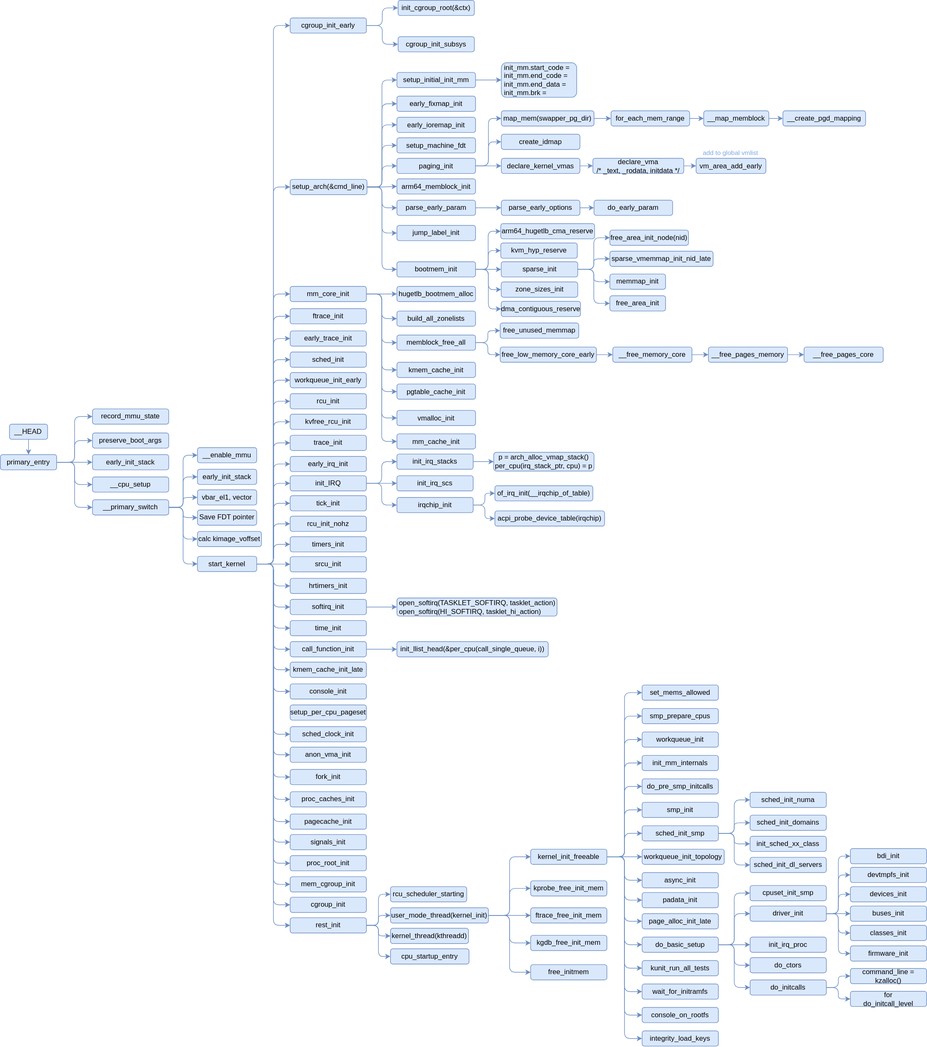
Before: images/kernel/start-kernel.drawio.svg, a diagram exported from draw.io (jemmy512/book-notes). Source tidied: cells renumbered, new cells last; positions are measured from the earlier drawing's top-left corner, leaving out a move shared by most shapes.
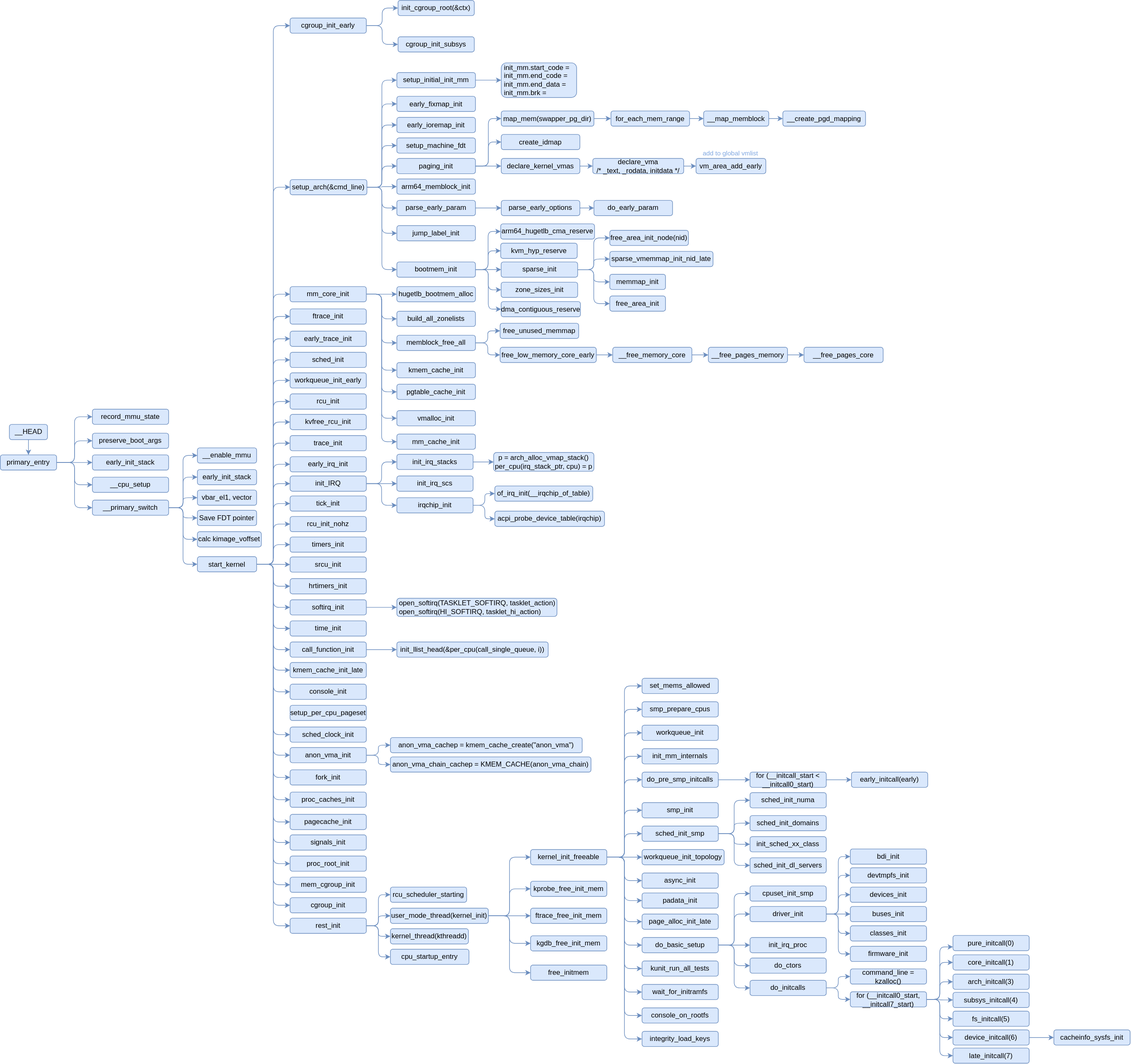
After the change.

Change to the diagram source:
```diff
@@ -242,6 +242,12 @@
     <mxCell id="81" value="sched_clock_init" style="rounded=1;whiteSpace=wrap;html=1;fillColor=#dae8fc;strokeColor=#6c8ebf;" parent="1" vertex="1">
       <mxGeometry x="494" y="1239" width="130" height="26" as="geometry" />
     </mxCell>
+    <mxCell id="280" style="edgeStyle=orthogonalEdgeStyle;shape=connector;curved=0;rounded=1;jettySize=auto;html=1;strokeColor=#6c8ebf;align=center;verticalAlign=middle;fontFamily=Helvetica;fontSize=11;fontColor=default;labelBackgroundColor=default;endArrow=classic;fillColor=#dae8fc;" parent="1" edge="1" source="82" target="301">
+      <mxGeometry relative="1" as="geometry" />
+    </mxCell>
+    <mxCell id="281" style="edgeStyle=orthogonalEdgeStyle;shape=connector;curved=0;rounded=1;jettySize=auto;html=1;strokeColor=#6c8ebf;align=center;verticalAlign=middle;fontFamily=Helvetica;fontSize=11;fontColor=default;labelBackgroundColor=default;endArrow=classic;fillColor=#dae8fc;" parent="1" edge="1" source="82" target="303">
+      <mxGeometry relative="1" as="geometry" />
+    </mxCell>
     <mxCell id="82" value="anon_vma_init" style="rounded=1;whiteSpace=wrap;html=1;fillColor=#dae8fc;strokeColor=#6c8ebf;" parent="1" vertex="1">
       <mxGeometry x="494" y="1274" width="130" height="26" as="geometry" />
     </mxCell>
@@ -378,19 +384,22 @@
       <mxGeometry x="1094" y="1598" width="130" height="26" as="geometry" />
     </mxCell>
     <mxCell id="127" value="set_mems_allowed" style="rounded=1;whiteSpace=wrap;html=1;fillColor=#dae8fc;strokeColor=#6c8ebf;" parent="1" vertex="1">
-      <mxGeometry x="1094" y="1168" width="130" height="26" as="geometry" />
+      <mxGeometry x="1094" y="1156" width="130" height="26" as="geometry" />
     </mxCell>
     <mxCell id="128" value="smp_prepare_cpus" style="rounded=1;whiteSpace=wrap;html=1;fillColor=#dae8fc;strokeColor=#6c8ebf;" parent="1" vertex="1">
-      <mxGeometry x="1094" y="1208" width="130" height="26" as="geometry" />
+      <mxGeometry x="1094" y="1196" width="130" height="26" as="geometry" />
     </mxCell>
     <mxCell id="129" value="workqueue_init" style="rounded=1;whiteSpace=wrap;html=1;fillColor=#dae8fc;strokeColor=#6c8ebf;" parent="1" vertex="1">
-      <mxGeometry x="1094" y="1248" width="130" height="26" as="geometry" />
+      <mxGeometry x="1094" y="1236" width="130" height="26" as="geometry" />
     </mxCell>
     <mxCell id="130" value="init_mm_internals" style="rounded=1;whiteSpace=wrap;html=1;fillColor=#dae8fc;strokeColor=#6c8ebf;" parent="1" vertex="1">
-      <mxGeometry x="1094" y="1288" width="130" height="26" as="geometry" />
+      <mxGeometry x="1094" y="1276" width="130" height="26" as="geometry" />
     </mxCell>
+    <mxCell id="282" style="edgeStyle=orthogonalEdgeStyle;shape=connector;curved=0;rounded=1;jettySize=auto;html=1;entryX=0;entryY=0.5;entryDx=0;entryDy=0;strokeColor=#6c8ebf;align=center;verticalAlign=middle;fontFamily=Helvetica;fontSize=11;fontColor=default;labelBackgroundColor=default;endArrow=classic;fillColor=#dae8fc;" parent="1" edge="1" source="131" target="291">
+      <mxGeometry relative="1" as="geometry" />
+    </mxCell>
     <mxCell id="131" value="do_pre_smp_initcalls" style="rounded=1;whiteSpace=wrap;html=1;fillColor=#dae8fc;strokeColor=#6c8ebf;" parent="1" vertex="1">
-      <mxGeometry x="1094" y="1328" width="130" height="26" as="geometry" />
+      <mxGeometry x="1094" y="1316" width="130" height="26" as="geometry" />
     </mxCell>
     <mxCell id="132" value="smp_init" style="rounded=1;whiteSpace=wrap;html=1;fillColor=#dae8fc;strokeColor=#6c8ebf;" parent="1" vertex="1">
       <mxGeometry x="1094" y="1368" width="130" height="26" as="geometry" />
@@ -476,7 +485,28 @@
     <mxCell id="159" value="command_line = kzalloc()" style="rounded=1;whiteSpace=wrap;html=1;fillColor=#dae8fc;strokeColor=#6c8ebf;" parent="1" vertex="1">
       <mxGeometry x="1449" y="1651.5" width="130" height="26" as="geometry" />
     </mxCell>
+    <mxCell id="283" style="edgeStyle=orthogonalEdgeStyle;shape=connector;curved=0;rounded=1;jettySize=auto;html=1;entryX=0;entryY=0.75;entryDx=0;entryDy=0;strokeColor=#6c8ebf;align=center;verticalAlign=middle;fontFamily=Helvetica;fontSize=11;fontColor=default;labelBackgroundColor=default;endArrow=classic;fillColor=#dae8fc;" parent="1" edge="1" source="160" target="293">
+      <mxGeometry relative="1" as="geometry" />
+    </mxCell>
+    <mxCell id="284" style="edgeStyle=orthogonalEdgeStyle;shape=connector;curved=0;rounded=1;jettySize=auto;html=1;entryX=0;entryY=0.5;entryDx=0;entryDy=0;strokeColor=#6c8ebf;align=center;verticalAlign=middle;fontFamily=Helvetica;fontSize=11;fontColor=default;labelBackgroundColor=default;endArrow=classic;fillColor=#dae8fc;" parent="1" edge="1" source="160" target="294">
+      <mxGeometry relative="1" as="geometry" />
+    </mxCell>
+    <mxCell id="285" style="edgeStyle=orthogonalEdgeStyle;shape=connector;curved=0;rounded=1;jettySize=auto;html=1;entryX=0;entryY=0.5;entryDx=0;entryDy=0;strokeColor=#6c8ebf;align=center;verticalAlign=middle;fontFamily=Helvetica;fontSize=11;fontColor=default;labelBackgroundColor=default;endArrow=classic;fillColor=#dae8fc;" parent="1" edge="1" source="160" target="295">
+      <mxGeometry relative="1" as="geometry" />
+    </mxCell>
+    <mxCell id="286" style="edgeStyle=orthogonalEdgeStyle;shape=connector;curved=0;rounded=1;jettySize=auto;html=1;entryX=0;entryY=0.5;entryDx=0;entryDy=0;strokeColor=#6c8ebf;align=center;verticalAlign=middle;fontFamily=Helvetica;fontSize=11;fontColor=default;labelBackgroundColor=default;endArrow=classic;fillColor=#dae8fc;" parent="1" edge="1" source="160" target="296">
+      <mxGeometry relative="1" as="geometry" />
+    </mxCell>
+    <mxCell id="287" style="edgeStyle=orthogonalEdgeStyle;shape=connector;curved=0;rounded=1;jettySize=auto;html=1;entryX=0;entryY=0.5;entryDx=0;entryDy=0;strokeColor=#6c8ebf;align=center;verticalAlign=middle;fontFamily=Helvetica;fontSize=11;fontColor=default;labelBackgroundColor=default;endArrow=classic;fillColor=#dae8fc;" parent="1" edge="1" source="160" target="297">
+      <mxGeometry relative="1" as="geometry" />
+    </mxCell>
+    <mxCell id="288" style="edgeStyle=orthogonalEdgeStyle;shape=connector;curved=0;rounded=1;jettySize=auto;html=1;entryX=0;entryY=0.5;entryDx=0;entryDy=0;strokeColor=#6c8ebf;align=center;verticalAlign=middle;fontFamily=Helvetica;fontSize=11;fontColor=default;labelBackgroundColor=default;endArrow=classic;fillColor=#dae8fc;" parent="1" edge="1" source="160" target="299">
+      <mxGeometry relative="1" as="geometry" />
+    </mxCell>
+    <mxCell id="289" style="edgeStyle=orthogonalEdgeStyle;shape=connector;curved=0;rounded=1;jettySize=auto;html=1;entryX=0;entryY=0.5;entryDx=0;entryDy=0;strokeColor=#6c8ebf;align=center;verticalAlign=middle;fontFamily=Helvetica;fontSize=11;fontColor=default;labelBackgroundColor=default;endArrow=classic;fillColor=#dae8fc;" parent="1" edge="1" source="160" target="300">
+      <mxGeometry relative="1" as="geometry" />
+    </mxCell>
-    <mxCell id="160" value="for&lt;br&gt;do_initcall_level" style="rounded=1;whiteSpace=wrap;html=1;fillColor=#dae8fc;strokeColor=#6c8ebf;" parent="1" vertex="1">
+    <mxCell id="160" value="for (__initcall0_start, __initcall7_start)" style="rounded=1;whiteSpace=wrap;html=1;fillColor=#dae8fc;strokeColor=#6c8ebf;" parent="1" vertex="1">
       <mxGeometry x="1449" y="1690.5" width="130" height="26" as="geometry" />
     </mxCell>
     <mxCell id="161" value="bdi_init" style="rounded=1;whiteSpace=wrap;html=1;fillColor=#dae8fc;strokeColor=#6c8ebf;" parent="1" vertex="1">
@@ -836,5 +866,47 @@
     <mxCell id="279" style="edgeStyle=orthogonalEdgeStyle;curved=0;rounded=1;jettySize=auto;html=1;entryX=0;entryY=0.5;entryDx=0;entryDy=0;strokeColor=#6c8ebf;align=center;verticalAlign=middle;fontFamily=Helvetica;fontSize=11;fontColor=default;labelBackgroundColor=default;endArrow=classic;fillColor=#dae8fc;" parent="1" edge="1" source="189" target="272">
       <mxGeometry relative="1" as="geometry" />
     </mxCell>
+    <mxCell id="290" style="edgeStyle=orthogonalEdgeStyle;shape=connector;curved=0;rounded=1;jettySize=auto;html=1;entryX=0;entryY=0.5;entryDx=0;entryDy=0;strokeColor=#6c8ebf;align=center;verticalAlign=middle;fontFamily=Helvetica;fontSize=11;fontColor=default;labelBackgroundColor=default;endArrow=classic;fillColor=#dae8fc;" parent="1" edge="1" source="291" target="292">
+      <mxGeometry relative="1" as="geometry" />
+    </mxCell>
+    <mxCell id="291" value="for (__initcall_start &amp;lt; __initcall0_start)" style="rounded=1;whiteSpace=wrap;html=1;fillColor=#dae8fc;strokeColor=#6c8ebf;" parent="1" vertex="1">
+      <mxGeometry x="1278" y="1316" width="130" height="26" as="geometry" />
+    </mxCell>
+    <mxCell id="292" value="early_initcall(early)" style="rounded=1;whiteSpace=wrap;html=1;fillColor=#dae8fc;strokeColor=#6c8ebf;" parent="1" vertex="1">
+      <mxGeometry x="1451" y="1316" width="130" height="26" as="geometry" />
+    </mxCell>
+    <mxCell id="293" value="pure_initcall(0)" style="rounded=1;whiteSpace=wrap;html=1;fillColor=#dae8fc;strokeColor=#6c8ebf;" parent="1" vertex="1">
+      <mxGeometry x="1624" y="1594.5" width="130" height="26" as="geometry" />
+    </mxCell>
+    <mxCell id="294" value="core_initcall(1)" style="rounded=1;whiteSpace=wrap;html=1;fillColor=#dae8fc;strokeColor=#6c8ebf;" parent="1" vertex="1">
+      <mxGeometry x="1624" y="1627.5" width="130" height="26" as="geometry" />
+    </mxCell>
+    <mxCell id="295" value="arch_initcall(3)" style="rounded=1;whiteSpace=wrap;html=1;fillColor=#dae8fc;strokeColor=#6c8ebf;" parent="1" vertex="1">
+      <mxGeometry x="1624" y="1660.5" width="130" height="26" as="geometry" />
+    </mxCell>
+    <mxCell id="296" value="subsys_initcall(4)" style="rounded=1;whiteSpace=wrap;html=1;fillColor=#dae8fc;strokeColor=#6c8ebf;" parent="1" vertex="1">
+      <mxGeometry x="1624" y="1691.5" width="130" height="26" as="geometry" />
+    </mxCell>
+    <mxCell id="297" value="fs_initcall(5)" style="rounded=1;whiteSpace=wrap;html=1;fillColor=#dae8fc;strokeColor=#6c8ebf;" parent="1" vertex="1">
+      <mxGeometry x="1624" y="1723.5" width="130" height="26" as="geometry" />
+    </mxCell>
+    <mxCell id="298" style="edgeStyle=orthogonalEdgeStyle;shape=connector;curved=0;rounded=1;jettySize=auto;html=1;strokeColor=#6c8ebf;align=center;verticalAlign=middle;fontFamily=Helvetica;fontSize=11;fontColor=default;labelBackgroundColor=default;endArrow=classic;fillColor=#dae8fc;" parent="1" edge="1" source="299" target="302">
+      <mxGeometry relative="1" as="geometry" />
+    </mxCell>
+    <mxCell id="299" value="device_initcall(6)" style="rounded=1;whiteSpace=wrap;html=1;fillColor=#dae8fc;strokeColor=#6c8ebf;" parent="1" vertex="1">
+      <mxGeometry x="1624" y="1755.5" width="130" height="26" as="geometry" />
+    </mxCell>
+    <mxCell id="300" value="late_initcall(7)" style="rounded=1;whiteSpace=wrap;html=1;fillColor=#dae8fc;strokeColor=#6c8ebf;" parent="1" vertex="1">
+      <mxGeometry x="1624" y="1786.5" width="130" height="26" as="geometry" />
+    </mxCell>
+    <mxCell id="301" value="anon_vma_cachep = kmem_cache_create(&quot;anon_vma&quot;)" style="rounded=1;whiteSpace=wrap;html=1;fillColor=#dae8fc;strokeColor=#6c8ebf;" parent="1" vertex="1">
+      <mxGeometry x="665" y="1257" width="327" height="26" as="geometry" />
+    </mxCell>
+    <mxCell id="302" value="cacheinfo_sysfs_init" style="rounded=1;whiteSpace=wrap;html=1;fillColor=#dae8fc;strokeColor=#6c8ebf;" parent="1" vertex="1">
+      <mxGeometry x="1796" y="1755.5" width="130" height="26" as="geometry" />
+    </mxCell>
+    <mxCell id="303" value="anon_vma_chain_cachep = KMEM_CACHE(anon_vma_chain)" style="rounded=1;whiteSpace=wrap;html=1;fillColor=#dae8fc;strokeColor=#6c8ebf;" parent="1" vertex="1">
+      <mxGeometry x="665" y="1290" width="342" height="26" as="geometry" />
+    </mxCell>
   </root>
 </mxGraphModel>
```
